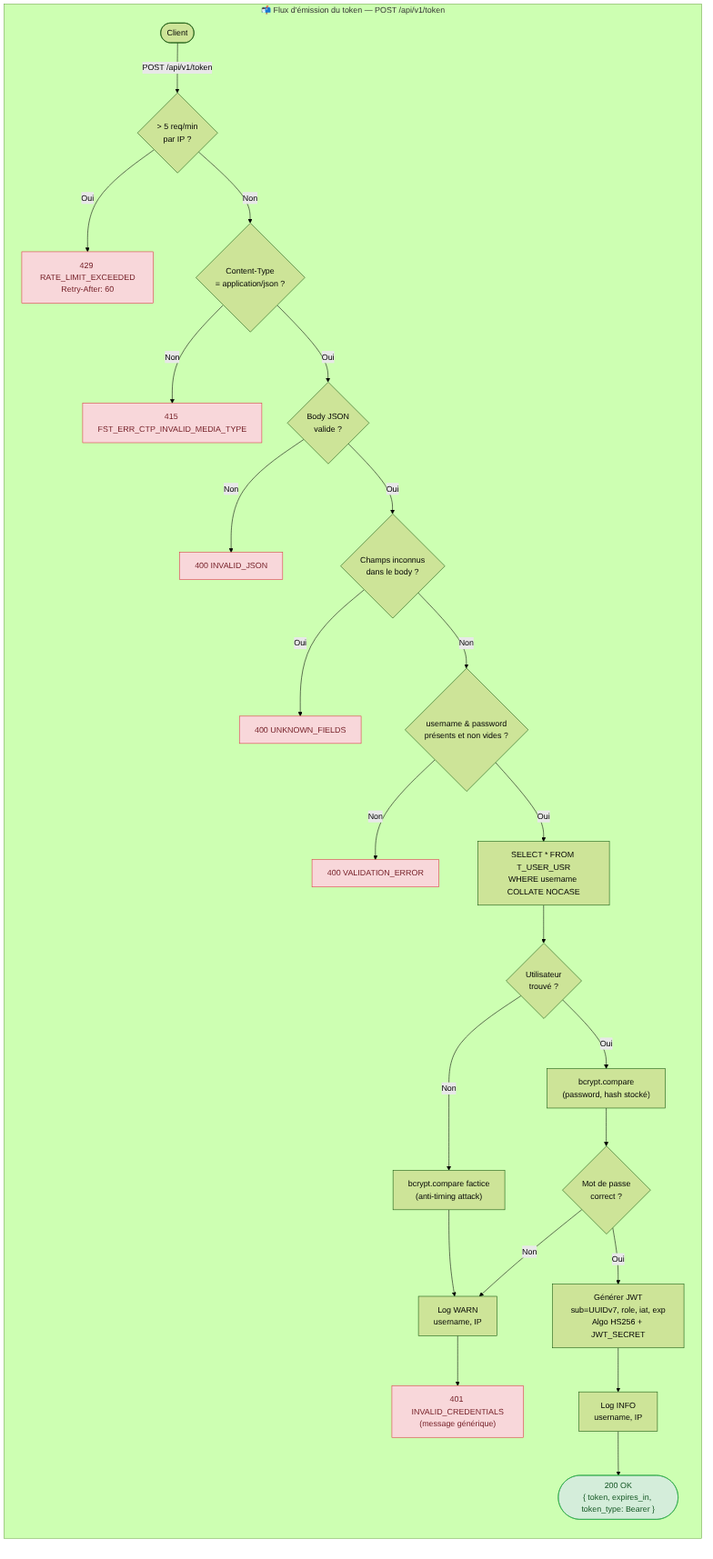
ODehel/quiz-live-server keeps this Mermaid diagram as docs/specs/diagrams/US-003-authentication-token.png. Above is the earlier version. Its source is kept beside it as docs/specs/diagrams/US-003-authentication-token.mmd.
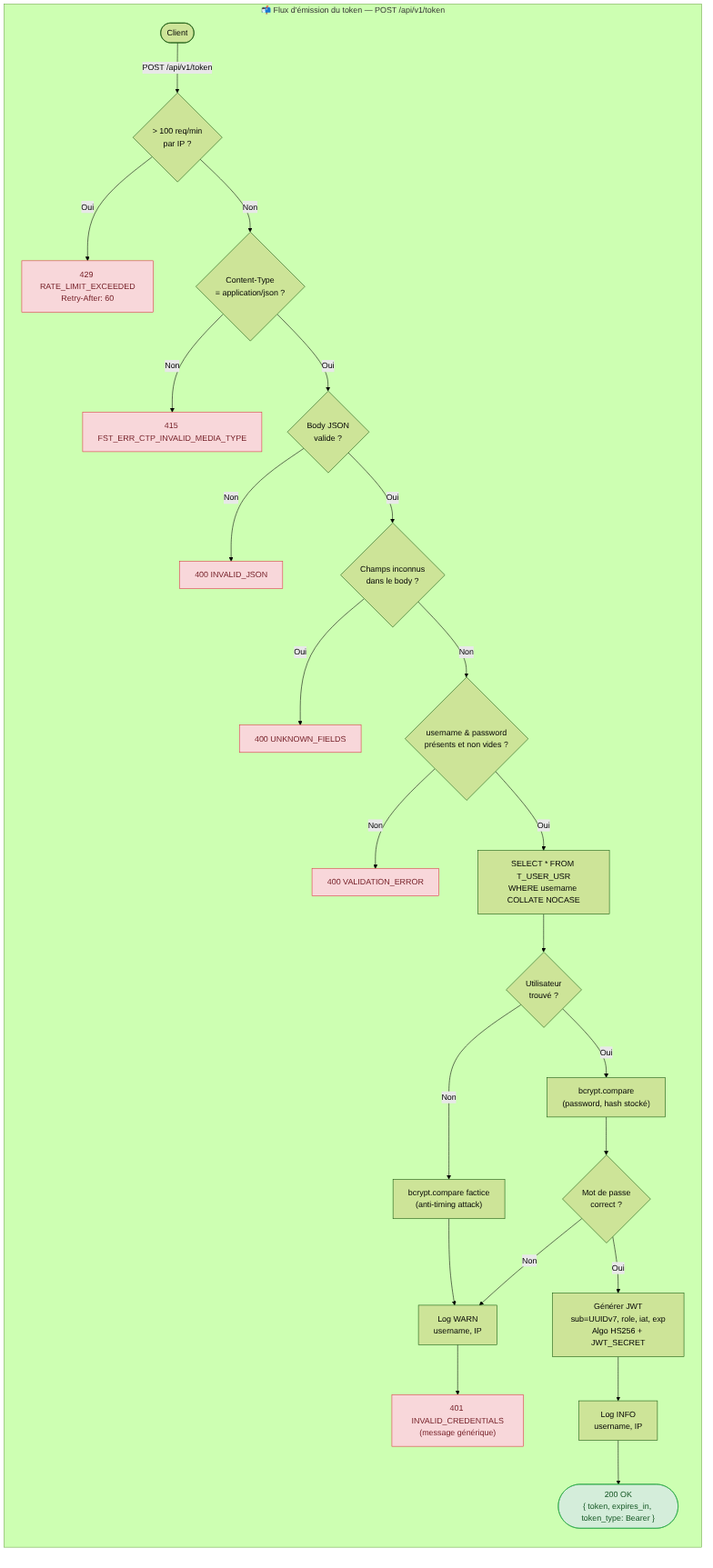
After the commit.

Commit message:
docs(specs): correct the rate limit in the US-003 diagrams (#202)

What changed in the source:
```diff
@@ -3,7 +3,7 @@
     subgraph TOKEN["📬 Flux d'émission du token — POST /api/v1/token"]
         direction TB
         REQ(["Client"]) -->|"POST /api/v1/token"| RL
-        RL{"> 5 req/min\npar IP ?"}
+        RL{"> 100 req/min\npar IP ?"}
         RL -->|"Oui"| E429["429 RATE_LIMIT_EXCEEDED\nRetry-After: 60"]
         RL -->|"Non"| CT{"Content-Type\n= application/json ?"}
         CT -->|"Non"| E415["415 FST_ERR_CTP_INVALID_MEDIA_TYPE"]
```
